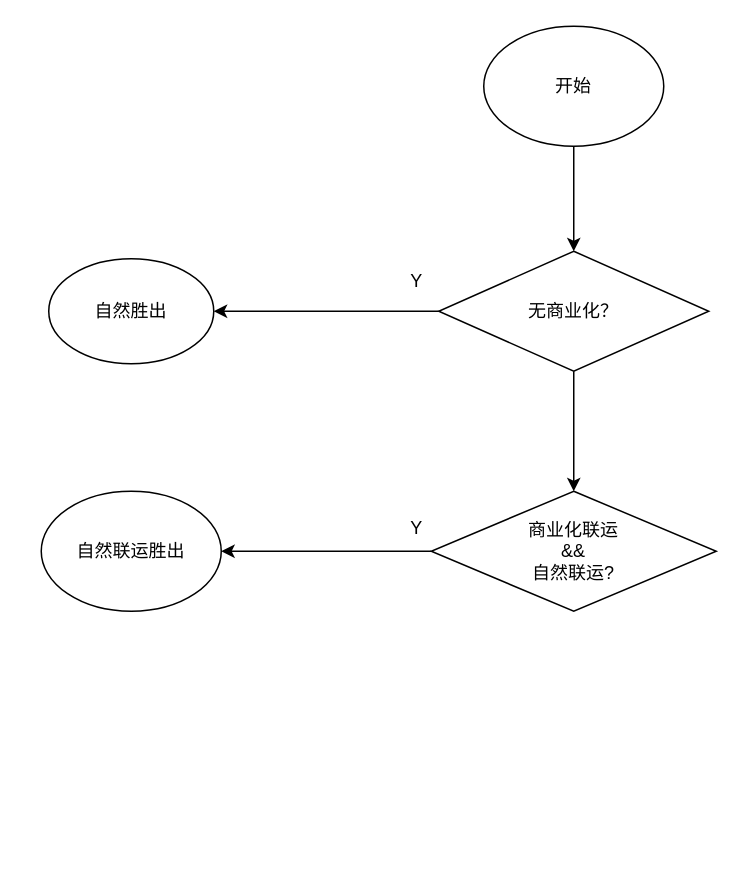
Above: 精准资源比价.drawio in ETHAN0430/draw.io.repo (draw.io), before the change. Source tidied: cells renumbered, new cells numbered last; positions are measured from the earlier drawing's top-left corner, leaving out a move shared by most shapes. Both pictures are drawn from the tidied source at 150%, with x=0, y=0 at pixel (40, 26).
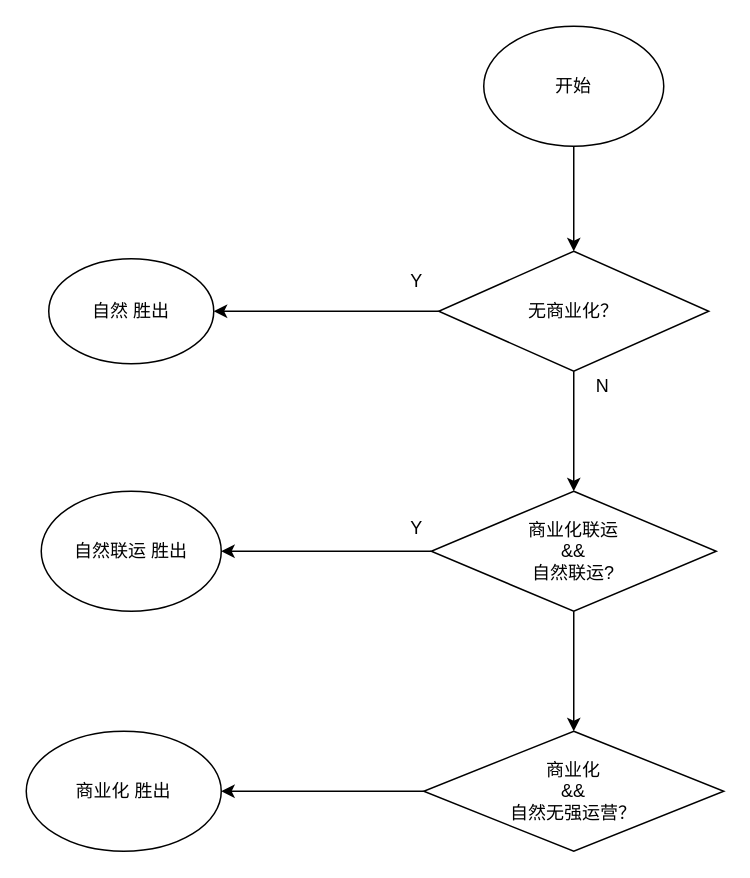
The same diagram, later.

Commit message (it also covers changes not shown here):
更新精准资源比价.drawio

Diff of the diagram source:
```diff
@@
 <mxGraphModel>
   <root>
     <mxCell id="0" />
     <mxCell id="1" parent="0" />
     <mxCell id="2" style="edgeStyle=orthogonalEdgeStyle;rounded=0;jettySize=auto;html=1;" parent="1" edge="1" source="3" target="6">
       <mxGeometry relative="1" as="geometry" />
     </mxCell>
     <mxCell id="3" value="开始" style="ellipse;whiteSpace=wrap;html=1;" parent="1" vertex="1">
       <mxGeometry x="295" width="120" height="80" as="geometry" />
     </mxCell>
     <mxCell id="4" style="edgeStyle=orthogonalEdgeStyle;rounded=0;jettySize=auto;html=1;" parent="1" edge="1" source="6" target="7">
       <mxGeometry relative="1" as="geometry" />
     </mxCell>
     <mxCell id="5" style="edgeStyle=orthogonalEdgeStyle;rounded=0;jettySize=auto;html=1;" parent="1" edge="1" source="6" target="9">
       <mxGeometry relative="1" as="geometry" />
     </mxCell>
     <mxCell id="6" value="无商业化？" style="rhombus;whiteSpace=wrap;html=1;" parent="1" vertex="1">
       <mxGeometry x="265" y="150" width="180" height="80" as="geometry" />
     </mxCell>
-    <mxCell id="7" value="自然胜出" style="ellipse;whiteSpace=wrap;html=1;" parent="1" vertex="1">
+    <mxCell id="7" value="自然 胜出" style="ellipse;whiteSpace=wrap;html=1;" parent="1" vertex="1">
       <mxGeometry x="5" y="155" width="110" height="70" as="geometry" />
     </mxCell>
     <mxCell id="8" style="edgeStyle=orthogonalEdgeStyle;rounded=0;jettySize=auto;html=1;" parent="1" edge="1" source="9" target="10">
       <mxGeometry relative="1" as="geometry" />
     </mxCell>
+    <mxCell id="13" style="edgeStyle=orthogonalEdgeStyle;rounded=0;jettySize=auto;html=1;" parent="1" edge="1" source="9" target="16">
+      <mxGeometry relative="1" as="geometry" />
+    </mxCell>
     <mxCell id="9" value="商业化联运&lt;br&gt;&amp;amp;&amp;amp;&lt;br&gt;自然联运?" style="rhombus;whiteSpace=wrap;html=1;" parent="1" vertex="1">
       <mxGeometry x="260" y="310" width="190" height="80" as="geometry" />
     </mxCell>
-    <mxCell id="10" value="自然联运胜出" style="ellipse;whiteSpace=wrap;html=1;" parent="1" vertex="1">
+    <mxCell id="10" value="自然联运 胜出" style="ellipse;whiteSpace=wrap;html=1;" parent="1" vertex="1">
       <mxGeometry y="310" width="120" height="80" as="geometry" />
     </mxCell>
     <mxCell id="11" value="Y" style="text;html=1;align=center;verticalAlign=middle;strokeColor=none;fillColor=none;" parent="1" vertex="1">
       <mxGeometry x="235" y="155" width="30" height="30" as="geometry" />
     </mxCell>
     <mxCell id="12" value="Y" style="text;html=1;align=center;verticalAlign=middle;strokeColor=none;fillColor=none;" parent="1" vertex="1">
       <mxGeometry x="235" y="320" width="30" height="30" as="geometry" />
     </mxCell>
+    <mxCell id="14" value="N" style="text;html=1;align=center;verticalAlign=middle;strokeColor=none;fillColor=none;" parent="1" vertex="1">
+      <mxGeometry x="359" y="225" width="30" height="30" as="geometry" />
+    </mxCell>
+    <mxCell id="15" style="edgeStyle=orthogonalEdgeStyle;rounded=0;jettySize=auto;html=1;" parent="1" edge="1" source="16" target="17">
+      <mxGeometry relative="1" as="geometry" />
+    </mxCell>
+    <mxCell id="16" value="商业化&lt;br&gt;&amp;amp;&amp;amp;&lt;br&gt;自然无强运营？" style="rhombus;whiteSpace=wrap;html=1;" parent="1" vertex="1">
+      <mxGeometry x="255" y="470" width="200" height="80" as="geometry" />
+    </mxCell>
+    <mxCell id="17" value="商业化 胜出" style="ellipse;whiteSpace=wrap;html=1;" parent="1" vertex="1">
+      <mxGeometry x="-10" y="470" width="130" height="80" as="geometry" />
+    </mxCell>
   </root>
 </mxGraphModel>
```
